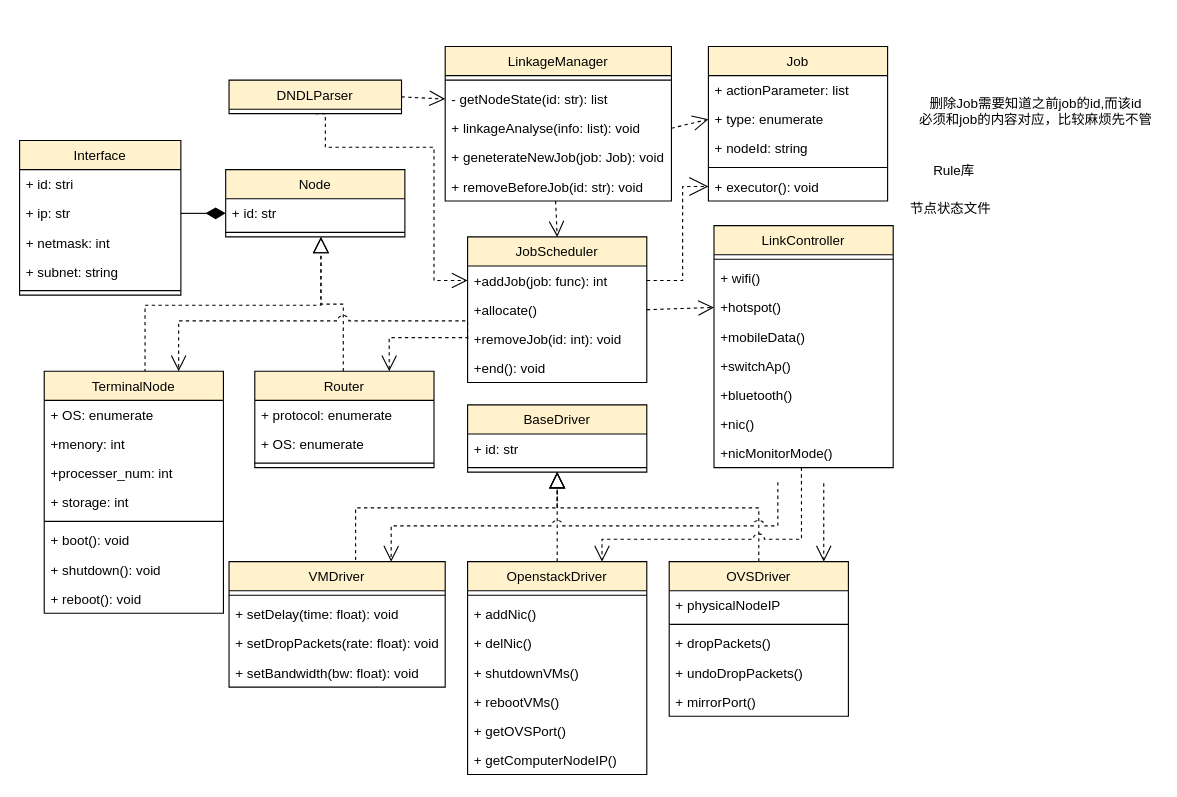
Before: page "整体类图" (1 of 4) of 仿真功能模块UML类图.drawio in Icarus1994/neutron_conf, a draw.io diagram. Source tidied: cells renumbered, new cells numbered last; positions are measured from the earlier drawing's top-left corner, leaving out a move shared by most shapes. Both pictures are drawn from the tidied source at 112%, with x=0, y=0 at pixel (19, 46).
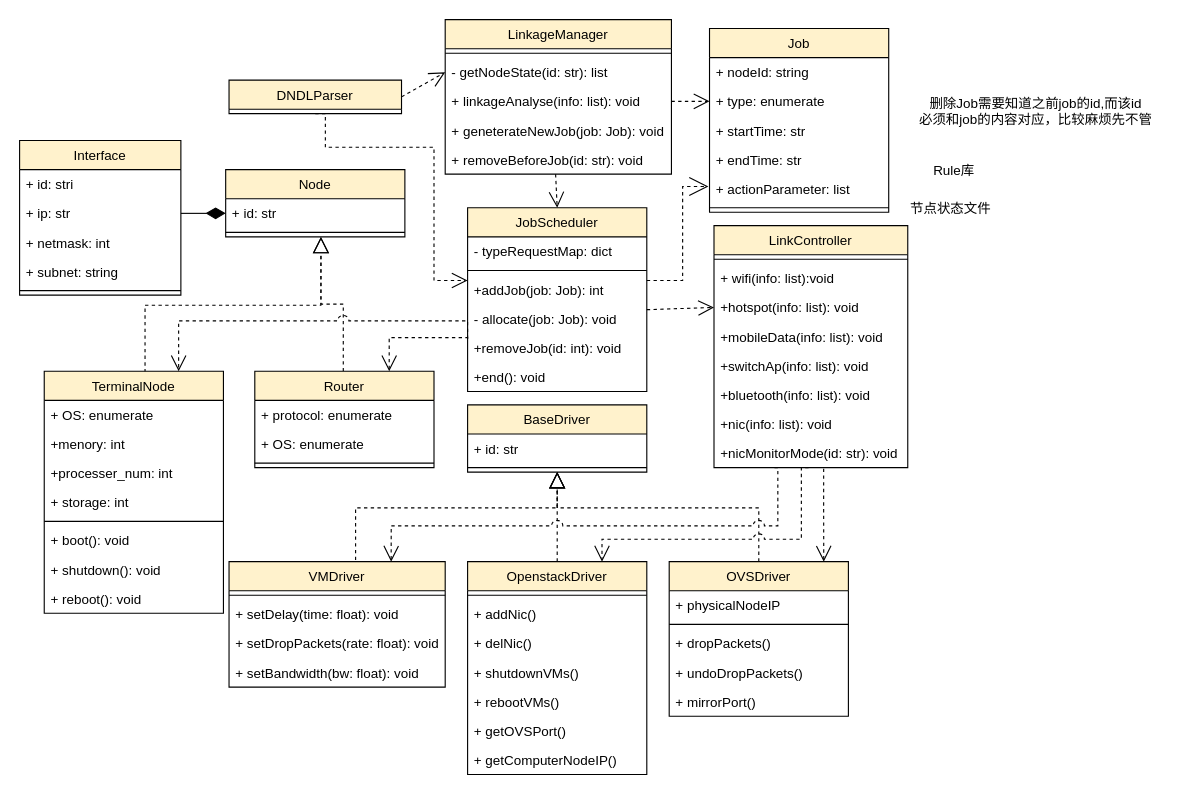
The same page after the edit.

Commit message (it also covers changes not shown here):
Update 仿真功能模块UML类图.drawio

Unchanged cells that the change refers to:
```xml
<mxCell id="22" value="Router" style="swimlane;fontStyle=0;align=center;verticalAlign=top;horizontal=1;startSize=26;fillColor=#fff2cc;strokeColor=#000000;" parent="1" vertex="1">
  <mxGeometry x="210" y="290" width="160" height="86" as="geometry" />
</mxCell>
<mxCell id="61" value="VMDriver" style="swimlane;fontStyle=0;align=center;verticalAlign=top;horizontal=1;startSize=26;fillColor=#fff2cc;strokeColor=#000000;" parent="1" vertex="1">
  <mxGeometry x="187" y="460" width="193" height="112" as="geometry" />
</mxCell>
<mxCell id="66" value="TerminalNode" style="swimlane;fontStyle=0;align=center;verticalAlign=top;horizontal=1;startSize=26;fillColor=#fff2cc;strokeColor=#000000;" parent="1" vertex="1">
  <mxGeometry x="22" y="290" width="160" height="216" as="geometry" />
</mxCell>
<mxCell id="89" value="DNDLParser" style="swimlane;fontStyle=0;horizontal=1;startSize=26;fillColor=#fff2cc;strokeColor=#000000;" parent="1" vertex="1">
  <mxGeometry x="187" y="30" width="154" height="30" as="geometry" />
</mxCell>
```

Diff of the diagram source:
```diff
@@
-    <mxCell id="2" style="endArrow=open;endSize=12;dashed=1;html=1;entryX=0;entryY=0.5;entryDx=0;entryDy=0;exitX=0.5;exitY=1;exitDx=0;exitDy=0;edgeStyle=orthogonalEdgeStyle;rounded=0;" parent="1" edge="1" source="89" target="18">
+    <mxCell id="2" style="endArrow=open;endSize=12;dashed=1;html=1;entryX=0;entryY=0.5;entryDx=0;entryDy=0;exitX=0.5;exitY=1;exitDx=0;exitDy=0;edgeStyle=orthogonalEdgeStyle;rounded=0;" parent="1" edge="1" source="89">
       <mxGeometry relative="1" as="geometry">
+        <mxPoint x="400" y="209" as="targetPoint" />
         <Array as="points">
           <mxPoint x="273" y="90" />
           <mxPoint x="370" y="90" />
           <mxPoint x="370" y="209" />
         </Array>
       </mxGeometry>
     </mxCell>
@@
-    <mxCell id="4" style="endArrow=open;endSize=12;dashed=1;html=1;exitX=1;exitY=0.5;exitDx=0;exitDy=0;entryX=0;entryY=0.5;entryDx=0;entryDy=0;" parent="1" edge="1" source="19" target="83">
-      <mxGeometry relative="1" as="geometry" />
+    <mxCell id="4" style="endArrow=open;endSize=12;dashed=1;html=1;exitX=1;exitY=0.5;exitDx=0;exitDy=0;entryX=0;entryY=0.5;entryDx=0;entryDy=0;" parent="1" edge="1" target="83">
+      <mxGeometry relative="1" as="geometry">
+        <mxPoint x="560" y="235" as="sourcePoint" />
+      </mxGeometry>
     </mxCell>
@@
-    <mxCell id="11" style="edgeStyle=orthogonalEdgeStyle;rounded=0;orthogonalLoop=1;jettySize=auto;html=1;dashed=1;endArrow=open;endFill=0;endSize=12;" parent="1" edge="1">
+    <mxCell id="11" style="edgeStyle=orthogonalEdgeStyle;rounded=0;jettySize=auto;html=1;dashed=1;endArrow=open;endFill=0;endSize=12;exitX=0.566;exitY=1.038;exitDx=0;exitDy=0;exitPerimeter=0;" parent="1" edge="1" source="88">
       <mxGeometry relative="1" as="geometry">
-        <mxPoint x="718" y="390" as="sourcePoint" />
         <mxPoint x="718" y="460" as="targetPoint" />
-        <Array as="points">
-          <mxPoint x="718" y="412" />
-          <mxPoint x="718" y="412" />
-        </Array>
       </mxGeometry>
     </mxCell>
-    <mxCell id="12" style="edgeStyle=orthogonalEdgeStyle;rounded=0;jettySize=auto;html=1;dashed=1;endArrow=open;endFill=0;endSize=12;entryX=0.75;entryY=0;entryDx=0;entryDy=0;jumpStyle=arc;jumpSize=10;" parent="1" edge="1" target="61">
+    <mxCell id="12" style="edgeStyle=orthogonalEdgeStyle;rounded=0;jettySize=auto;html=1;dashed=1;endArrow=open;endFill=0;endSize=12;entryX=0.75;entryY=0;entryDx=0;entryDy=0;jumpStyle=arc;jumpSize=10;exitX=0.312;exitY=1;exitDx=0;exitDy=0;exitPerimeter=0;" parent="1" edge="1" source="88" target="61">
       <mxGeometry relative="1" as="geometry">
-        <mxPoint x="677" y="389" as="sourcePoint" />
         <Array as="points">
+          <mxPoint x="677" y="376" />
           <mxPoint x="677" y="428" />
           <mxPoint x="332" y="428" />
         </Array>
       </mxGeometry>
     </mxCell>
-    <mxCell id="13" style="edgeStyle=orthogonalEdgeStyle;rounded=0;jettySize=auto;html=1;exitX=0;exitY=0.5;exitDx=0;exitDy=0;entryX=0.75;entryY=0;entryDx=0;entryDy=0;dashed=1;endArrow=open;endFill=0;endSize=12;" parent="1" edge="1" source="20" target="22">
+    <mxCell id="13" style="edgeStyle=orthogonalEdgeStyle;rounded=0;jettySize=auto;html=1;exitX=0;exitY=0.5;exitDx=0;exitDy=0;entryX=0.75;entryY=0;entryDx=0;entryDy=0;dashed=1;endArrow=open;endFill=0;endSize=12;" parent="1" edge="1" target="22">
       <mxGeometry relative="1" as="geometry">
+        <mxPoint x="400" y="261" as="sourcePoint" />
         <Array as="points">
           <mxPoint x="400" y="260" />
           <mxPoint x="330" y="260" />
         </Array>
       </mxGeometry>
     </mxCell>
-    <mxCell id="14" style="edgeStyle=orthogonalEdgeStyle;rounded=0;jettySize=auto;html=1;exitX=0;exitY=0.5;exitDx=0;exitDy=0;dashed=1;endArrow=open;endFill=0;endSize=12;entryX=0.75;entryY=0;entryDx=0;entryDy=0;jumpStyle=arc;jumpSize=10;" parent="1" edge="1" source="20" target="66">
+    <mxCell id="14" style="edgeStyle=orthogonalEdgeStyle;rounded=0;jettySize=auto;html=1;exitX=0;exitY=0.5;exitDx=0;exitDy=0;dashed=1;endArrow=open;endFill=0;endSize=12;entryX=0.75;entryY=0;entryDx=0;entryDy=0;jumpStyle=arc;jumpSize=10;" parent="1" edge="1" target="66">
       <mxGeometry relative="1" as="geometry">
+        <mxPoint x="400" y="261" as="sourcePoint" />
         <Array as="points">
           <mxPoint x="400" y="245" />
           <mxPoint x="142" y="245" />
         </Array>
       </mxGeometry>
     </mxCell>
@@
-    <mxCell id="17" value="JobScheduler" style="swimlane;fontStyle=0;align=center;verticalAlign=top;horizontal=1;startSize=26;fillColor=#fff2cc;strokeColor=#000000;" parent="1" vertex="1">
-      <mxGeometry x="400" y="170" width="160" height="130" as="geometry" />
-    </mxCell>
-    <mxCell id="18" value="+addJob(job: func): int" style="text;strokeColor=none;fillColor=none;align=left;verticalAlign=top;spacingLeft=4;spacingRight=4;overflow=hidden;points=[[0,0.5],[1,0.5]];portConstraint=eastwest;" parent="17" vertex="1">
-      <mxGeometry y="26" width="160" height="26" as="geometry" />
-    </mxCell>
-    <mxCell id="19" value="+allocate()" style="text;strokeColor=none;fillColor=none;align=left;verticalAlign=top;spacingLeft=4;spacingRight=4;overflow=hidden;points=[[0,0.5],[1,0.5]];portConstraint=eastwest;" parent="17" vertex="1">
-      <mxGeometry y="52" width="160" height="26" as="geometry" />
-    </mxCell>
-    <mxCell id="20" value="+removeJob(id: int): void" style="text;strokeColor=none;fillColor=none;align=left;verticalAlign=top;spacingLeft=4;spacingRight=4;overflow=hidden;points=[[0,0.5],[1,0.5]];portConstraint=eastwest;" parent="17" vertex="1">
-      <mxGeometry y="78" width="160" height="26" as="geometry" />
-    </mxCell>
-    <mxCell id="21" value="+end(): void" style="text;strokeColor=none;fillColor=none;align=left;verticalAlign=top;spacingLeft=4;spacingRight=4;overflow=hidden;" parent="17" vertex="1">
-      <mxGeometry y="104" width="160" height="26" as="geometry" />
-    </mxCell>
@@
     <mxCell id="35" value="Job" style="swimlane;fontStyle=0;align=center;verticalAlign=top;horizontal=1;startSize=26;fillColor=#fff2cc;strokeColor=#000000;" parent="1" vertex="1">
-      <mxGeometry x="615" width="160" height="138" as="geometry" />
+      <mxGeometry x="616" y="-16" width="160" height="164" as="geometry" />
     </mxCell>
+    <mxCell id="38" value="+ nodeId: string" style="text;strokeColor=none;fillColor=none;align=left;verticalAlign=top;spacingLeft=4;spacingRight=4;overflow=hidden;" parent="35" vertex="1">
+      <mxGeometry y="26" width="160" height="26" as="geometry" />
+    </mxCell>
+    <mxCell id="37" value="+ type: enumerate" style="text;strokeColor=none;fillColor=none;align=left;verticalAlign=top;spacingLeft=4;spacingRight=4;overflow=hidden;points=[[0,0.5],[1,0.5]];portConstraint=eastwest;" parent="35" vertex="1">
+      <mxGeometry y="52" width="160" height="26" as="geometry" />
+    </mxCell>
+    <mxCell id="93" value="+ startTime: str" style="text;strokeColor=none;fillColor=none;align=left;verticalAlign=top;spacingLeft=4;spacingRight=4;overflow=hidden;" parent="35" vertex="1">
+      <mxGeometry y="78" width="160" height="26" as="geometry" />
+    </mxCell>
+    <mxCell id="94" value="+ endTime: str" style="text;strokeColor=none;fillColor=none;align=left;verticalAlign=top;spacingLeft=4;spacingRight=4;overflow=hidden;" parent="35" vertex="1">
+      <mxGeometry y="104" width="160" height="26" as="geometry" />
+    </mxCell>
     <mxCell id="36" value="+ actionParameter: list" style="text;strokeColor=none;fillColor=none;align=left;verticalAlign=top;spacingLeft=4;spacingRight=4;overflow=hidden;" parent="35" vertex="1">
-      <mxGeometry y="26" width="160" height="26" as="geometry" />
+      <mxGeometry y="130" width="160" height="26" as="geometry" />
     </mxCell>
-    <mxCell id="37" value="+ type: enumerate" style="text;strokeColor=none;fillColor=none;align=left;verticalAlign=top;spacingLeft=4;spacingRight=4;overflow=hidden;points=[[0,0.5],[1,0.5]];portConstraint=eastwest;" parent="35" vertex="1">
-      <mxGeometry y="52" width="160" height="26" as="geometry" />
-    </mxCell>
-    <mxCell id="38" value="+ nodeId: string" style="text;strokeColor=none;fillColor=none;align=left;verticalAlign=top;spacingLeft=4;spacingRight=4;overflow=hidden;" parent="35" vertex="1">
-      <mxGeometry y="78" width="160" height="26" as="geometry" />
-    </mxCell>
     <mxCell id="39" style="line;strokeWidth=1;fillColor=none;align=left;verticalAlign=middle;spacingTop=-1;spacingLeft=3;spacingRight=3;labelPosition=right;" parent="35" vertex="1">
-      <mxGeometry y="104" width="160" height="8" as="geometry" />
+      <mxGeometry y="156" width="160" height="8" as="geometry" />
     </mxCell>
-    <mxCell id="40" value="+ executor(): void" style="text;strokeColor=none;fillColor=none;align=left;verticalAlign=top;spacingLeft=4;spacingRight=4;overflow=hidden;points=[[0,0.5],[1,0.5]];portConstraint=eastwest;" parent="35" vertex="1">
-      <mxGeometry y="112" width="160" height="26" as="geometry" />
-    </mxCell>
     <mxCell id="41" value="LinkageManager" style="swimlane;fontStyle=0;align=center;verticalAlign=top;horizontal=1;startSize=26;fillColor=#fff2cc;strokeColor=#000000;" parent="1" vertex="1">
-      <mxGeometry x="380" width="202" height="138" as="geometry" />
+      <mxGeometry x="380" y="-24" width="202" height="138" as="geometry" />
     </mxCell>
@@
-    <mxCell id="79" style="edgeStyle=orthogonalEdgeStyle;rounded=0;jumpStyle=arc;jumpSize=10;jettySize=auto;html=1;exitX=1;exitY=0.5;exitDx=0;exitDy=0;dashed=1;startSize=5;endArrow=open;endFill=0;endSize=15;strokeWidth=1;entryX=0;entryY=0.5;entryDx=0;entryDy=0;" parent="1" edge="1" source="18" target="40">
+    <mxCell id="79" style="edgeStyle=orthogonalEdgeStyle;rounded=0;jumpStyle=arc;jumpSize=10;orthogonalLoop=1;jettySize=auto;html=1;exitX=1;exitY=0.5;exitDx=0;exitDy=0;dashed=1;startSize=5;endArrow=open;endFill=0;endSize=15;strokeWidth=1;entryX=0;entryY=0.5;entryDx=0;entryDy=0;" parent="1" edge="1">
       <mxGeometry relative="1" as="geometry">
+        <mxPoint x="560" y="209" as="sourcePoint" />
+        <mxPoint x="615" y="125" as="targetPoint" />
         <Array as="points">
           <mxPoint x="592" y="209" />
           <mxPoint x="592" y="125" />
         </Array>
       </mxGeometry>
     </mxCell>
     <mxCell id="80" value="LinkController" style="swimlane;fontStyle=0;align=center;verticalAlign=top;horizontal=1;startSize=26;fillColor=#fff2cc;strokeColor=#000000;" parent="1" vertex="1">
-      <mxGeometry x="620" y="160" width="160" height="216" as="geometry" />
+      <mxGeometry x="620" y="160" width="173" height="216" as="geometry" />
     </mxCell>
     <mxCell id="81" style="line;strokeWidth=1;fillColor=none;align=left;verticalAlign=middle;spacingTop=-1;spacingLeft=3;spacingRight=3;labelPosition=right;" parent="80" vertex="1">
-      <mxGeometry y="26" width="160" height="8" as="geometry" />
+      <mxGeometry y="26" width="173" height="8" as="geometry" />
     </mxCell>
-    <mxCell id="82" value="+ wifi()" style="text;strokeColor=none;fillColor=none;align=left;verticalAlign=top;spacingLeft=4;spacingRight=4;overflow=hidden;" parent="80" vertex="1">
-      <mxGeometry y="34" width="160" height="26" as="geometry" />
+    <mxCell id="82" value="+ wifi(info: list):void" style="text;strokeColor=none;fillColor=none;align=left;verticalAlign=top;spacingLeft=4;spacingRight=4;overflow=hidden;" parent="80" vertex="1">
+      <mxGeometry y="34" width="173" height="26" as="geometry" />
     </mxCell>
-    <mxCell id="83" value="+hotspot()" style="text;strokeColor=none;fillColor=none;align=left;verticalAlign=top;spacingLeft=4;spacingRight=4;overflow=hidden;points=[[0,0.5],[1,0.5]];portConstraint=eastwest;" parent="80" vertex="1">
-      <mxGeometry y="60" width="160" height="26" as="geometry" />
+    <mxCell id="83" value="+hotspot(info: list): void" style="text;strokeColor=none;fillColor=none;align=left;verticalAlign=top;spacingLeft=4;spacingRight=4;overflow=hidden;points=[[0,0.5],[1,0.5]];portConstraint=eastwest;" parent="80" vertex="1">
+      <mxGeometry y="60" width="173" height="26" as="geometry" />
     </mxCell>
-    <mxCell id="84" value="+mobileData()" style="text;strokeColor=none;fillColor=none;align=left;verticalAlign=top;spacingLeft=4;spacingRight=4;overflow=hidden;" parent="80" vertex="1">
-      <mxGeometry y="86" width="160" height="26" as="geometry" />
+    <mxCell id="84" value="+mobileData(info: list): void" style="text;strokeColor=none;fillColor=none;align=left;verticalAlign=top;spacingLeft=4;spacingRight=4;overflow=hidden;" parent="80" vertex="1">
+      <mxGeometry y="86" width="173" height="26" as="geometry" />
     </mxCell>
-    <mxCell id="85" value="+switchAp()&#10;" style="text;strokeColor=none;fillColor=none;align=left;verticalAlign=top;spacingLeft=4;spacingRight=4;overflow=hidden;" parent="80" vertex="1">
-      <mxGeometry y="112" width="160" height="26" as="geometry" />
+    <mxCell id="85" value="+switchAp(info: list): void&#10;" style="text;strokeColor=none;fillColor=none;align=left;verticalAlign=top;spacingLeft=4;spacingRight=4;overflow=hidden;" parent="80" vertex="1">
+      <mxGeometry y="112" width="173" height="26" as="geometry" />
     </mxCell>
-    <mxCell id="86" value="+bluetooth()" style="text;strokeColor=none;fillColor=none;align=left;verticalAlign=top;spacingLeft=4;spacingRight=4;overflow=hidden;" parent="80" vertex="1">
-      <mxGeometry y="138" width="160" height="26" as="geometry" />
+    <mxCell id="86" value="+bluetooth(info: list): void" style="text;strokeColor=none;fillColor=none;align=left;verticalAlign=top;spacingLeft=4;spacingRight=4;overflow=hidden;" parent="80" vertex="1">
+      <mxGeometry y="138" width="173" height="26" as="geometry" />
     </mxCell>
-    <mxCell id="87" value="+nic()" style="text;strokeColor=none;fillColor=none;align=left;verticalAlign=top;spacingLeft=4;spacingRight=4;overflow=hidden;" parent="80" vertex="1">
-      <mxGeometry y="164" width="160" height="26" as="geometry" />
+    <mxCell id="87" value="+nic(info: list): void" style="text;strokeColor=none;fillColor=none;align=left;verticalAlign=top;spacingLeft=4;spacingRight=4;overflow=hidden;" parent="80" vertex="1">
+      <mxGeometry y="164" width="173" height="26" as="geometry" />
     </mxCell>
-    <mxCell id="88" value="+nicMonitorMode()" style="text;strokeColor=none;fillColor=none;align=left;verticalAlign=top;spacingLeft=4;spacingRight=4;overflow=hidden;points=[[0,0.5],[1,0.5]];portConstraint=eastwest;" parent="80" vertex="1">
-      <mxGeometry y="190" width="160" height="26" as="geometry" />
+    <mxCell id="88" value="+nicMonitorMode(id: str): void" style="text;strokeColor=none;fillColor=none;align=left;verticalAlign=top;spacingLeft=4;spacingRight=4;overflow=hidden;points=[[0,0.5],[1,0.5]];portConstraint=eastwest;" parent="80" vertex="1">
+      <mxGeometry y="190" width="173" height="26" as="geometry" />
     </mxCell>
@@
+    <mxCell id="17" value="JobScheduler" style="swimlane;fontStyle=0;align=center;verticalAlign=top;horizontal=1;startSize=26;fillColor=#fff2cc;strokeColor=#000000;" parent="1" vertex="1">
+      <mxGeometry x="400" y="144" width="160" height="164" as="geometry" />
+    </mxCell>
+    <mxCell id="95" value="- typeRequestMap: dict" style="text;strokeColor=none;fillColor=none;align=left;verticalAlign=top;spacingLeft=4;spacingRight=4;overflow=hidden;" parent="17" vertex="1">
+      <mxGeometry y="26" width="160" height="26" as="geometry" />
+    </mxCell>
+    <mxCell id="96" style="line;strokeWidth=1;fillColor=none;align=left;verticalAlign=middle;spacingTop=-1;spacingLeft=3;spacingRight=3;labelPosition=right;" parent="17" vertex="1">
+      <mxGeometry y="52" width="160" height="8" as="geometry" />
+    </mxCell>
+    <mxCell id="97" value="+addJob(job: Job): int" style="text;strokeColor=none;fillColor=none;align=left;verticalAlign=top;spacingLeft=4;spacingRight=4;overflow=hidden;" parent="17" vertex="1">
+      <mxGeometry y="60" width="160" height="26" as="geometry" />
+    </mxCell>
+    <mxCell id="98" value="- allocate(job: Job): void" style="text;strokeColor=none;fillColor=none;align=left;verticalAlign=top;spacingLeft=4;spacingRight=4;overflow=hidden;" parent="17" vertex="1">
+      <mxGeometry y="86" width="160" height="26" as="geometry" />
+    </mxCell>
+    <mxCell id="20" value="+removeJob(id: int): void" style="text;strokeColor=none;fillColor=none;align=left;verticalAlign=top;spacingLeft=4;spacingRight=4;overflow=hidden;points=[[0,0.5],[1,0.5]];portConstraint=eastwest;" parent="17" vertex="1">
+      <mxGeometry y="112" width="160" height="26" as="geometry" />
+    </mxCell>
+    <mxCell id="21" value="+end(): void" style="text;strokeColor=none;fillColor=none;align=left;verticalAlign=top;spacingLeft=4;spacingRight=4;overflow=hidden;" parent="17" vertex="1">
+      <mxGeometry y="138" width="160" height="26" as="geometry" />
+    </mxCell>
```
